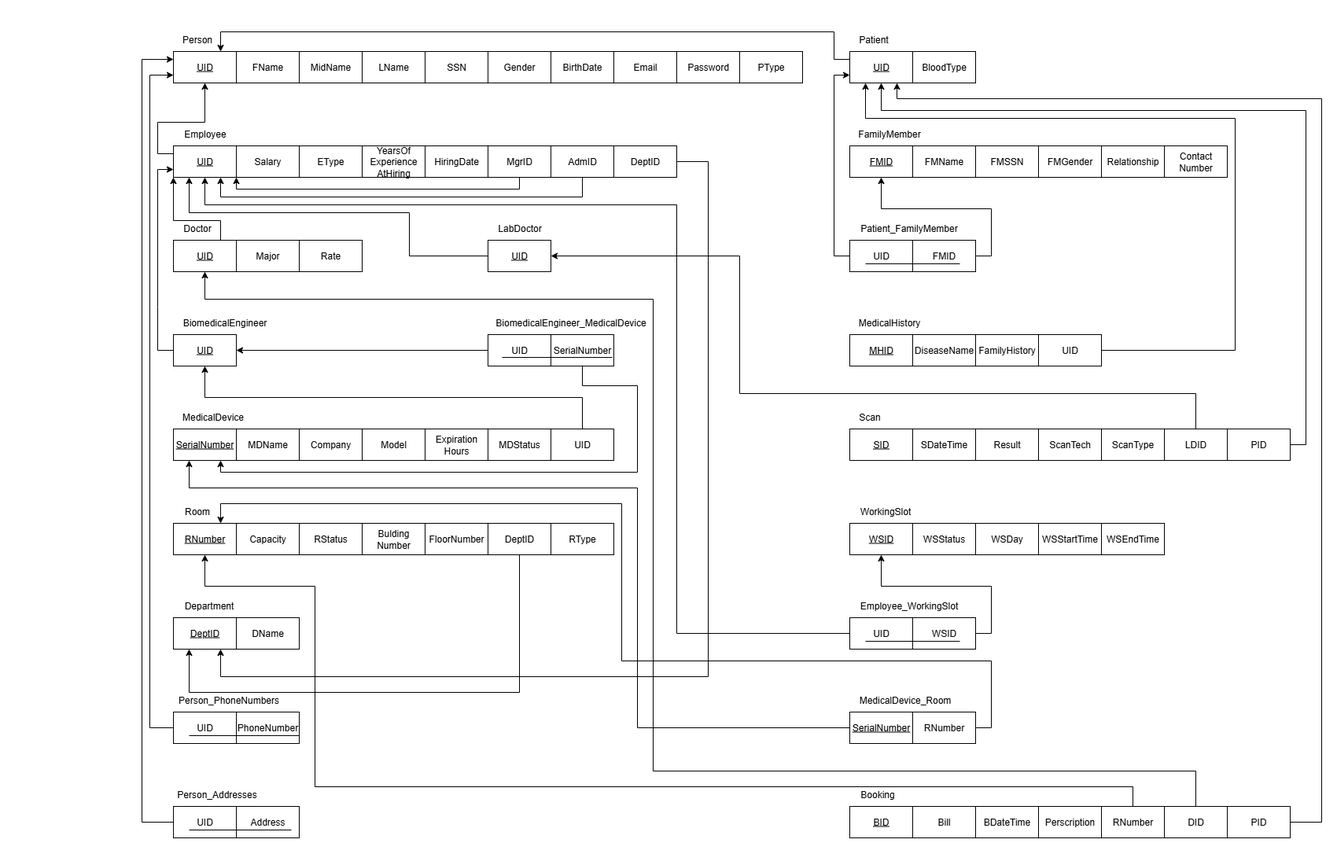
This is deliverables/mapping/CMS_Mapping.png from MazenAtlam/clinical_management_system, a draw.io export, as it was before one commit. Source tidied: cells renumbered, new cells last; positions are measured from the earlier drawing's top-left corner, leaving out a move shared by most shapes.
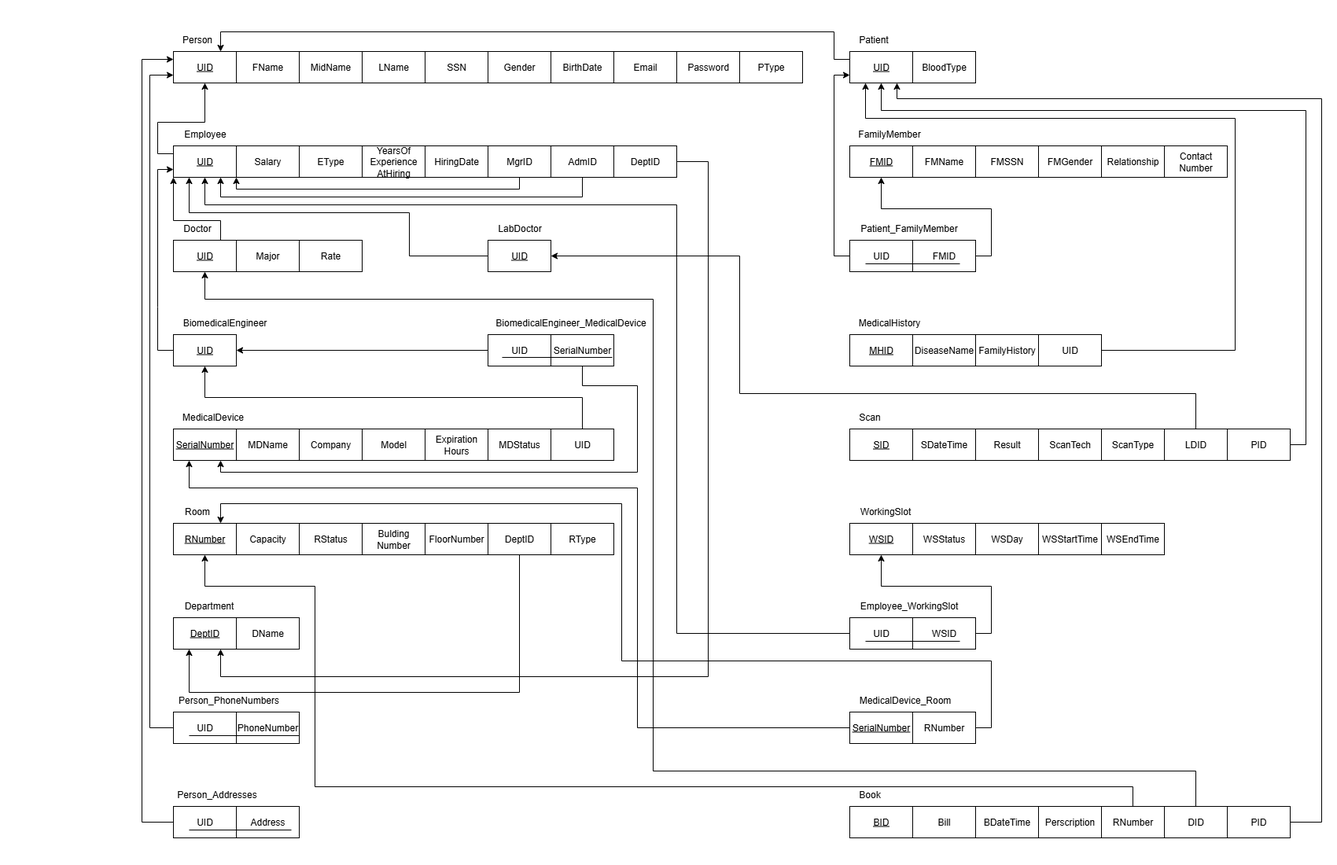
After the change.

Commit message:
Fix Room_Department relationship ang change the table name from Booking to Book

Diff of the diagram source:
```diff
@@ -381,8 +381,8 @@
     <mxCell id="93" value="&lt;u&gt;BID&lt;/u&gt;" style="rounded=0;whiteSpace=wrap;html=1;" parent="1" vertex="1">
       <mxGeometry x="900" y="990" width="80" height="40" as="geometry" />
     </mxCell>
-    <mxCell id="94" value="Booking" style="text;html=1;align=center;verticalAlign=middle;strokeColor=none;fillColor=none;" parent="1" vertex="1">
-      <mxGeometry x="900" y="960" width="70" height="30" as="geometry" />
+    <mxCell id="94" value="Book" style="text;html=1;align=center;verticalAlign=middle;strokeColor=none;fillColor=none;" parent="1" vertex="1">
+      <mxGeometry x="900" y="960" width="50" height="30" as="geometry" />
     </mxCell>
     <mxCell id="95" value="PID" style="rounded=0;whiteSpace=wrap;html=1;" parent="1" vertex="1">
       <mxGeometry x="1380" y="990" width="80" height="40" as="geometry" />
```
